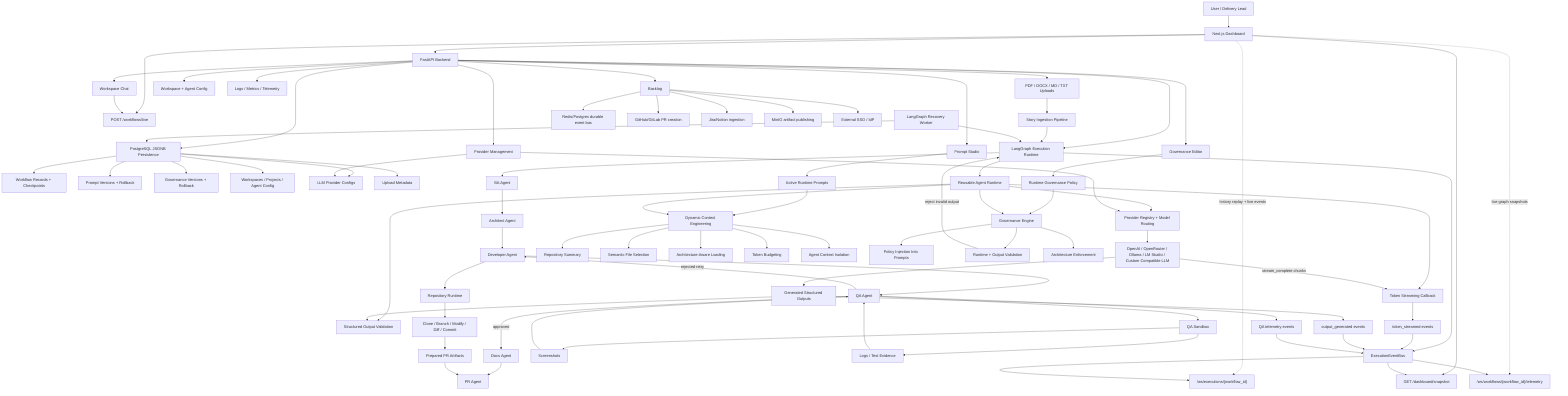
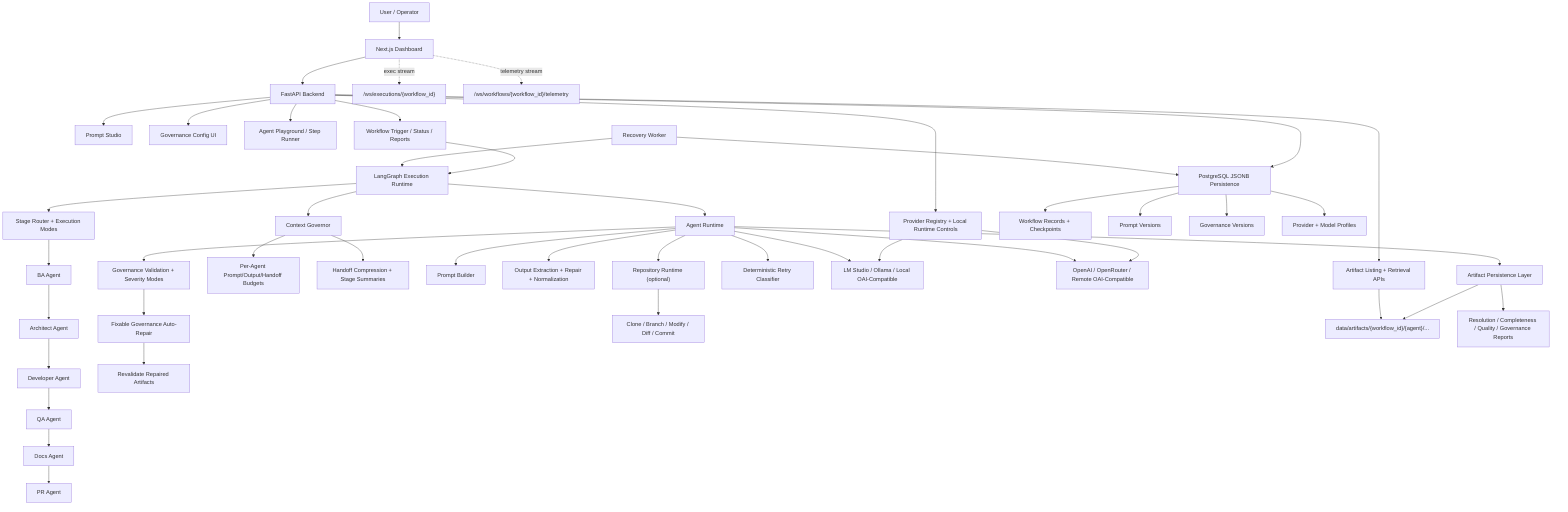
flowchart TB
-   User["User / Delivery Lead"] --> Frontend["Next.js Dashboard"]
-   Frontend --> API["FastAPI Backend"]
-   Frontend --> Snapshot["GET /dashboard/snapshot"]
-   Frontend --> LiveStart["POST /workflows/live"]
-   Frontend -. "history replay + live events" .-> ExecutionWS["/ws/executions/{workflow_id}"]
-   Frontend -. "live graph snapshots" .-> TelemetryWS["/ws/workflows/{workflow_id}/telemetry"]
+   User["User / Operator"] --> UI["Next.js Dashboard"]
+   UI --> API["FastAPI Backend"]
+   UI -. "exec stream" .-> WSExec["/ws/executions/{workflow_id}"]
+   UI -. "telemetry stream" .-> WSTelemetry["/ws/workflows/{workflow_id}/telemetry"]

-   API --> Uploads["PDF / DOCX / MD / TXT Uploads"]
-   API --> Chat["Workspace Chat"]
+   API --> Providers["Provider Registry + Local Runtime Controls"]
  API --> PromptStudio["Prompt Studio"]
-   API --> GovernanceEditor["Governance Editor"]
-   API --> Providers["Provider Management"]
-   API --> WorkspaceConfig["Workspace + Agent Config"]
-   API --> Graph["LangGraph Execution Runtime"]
-   API --> Observability["Logs / Metrics / Telemetry"]
-   API --> Persistence["PostgreSQL JSONB Persistence"]
+   API --> GovernanceUI["Governance Config UI"]
+   API --> Playground["Agent Playground / Step Runner"]
+   API --> WorkflowAPI["Workflow Trigger / Status / Reports"]
+   API --> ArtifactAPI["Artifact Listing + Retrieval APIs"]

-   Persistence --> WorkflowRecords["Workflow Records + Checkpoints"]
-   Persistence --> PromptVersions["Prompt Versions + Rollback"]
-   Persistence --> GovernanceVersions["Governance Versions + Rollback"]
-   Persistence --> WorkspaceRecords["Workspaces / Projects / Agent Config"]
-   Persistence --> ProviderRecords["LLM Provider Configs"]
-   Persistence --> UploadRecords["Upload Metadata"]
- 
-   Uploads --> Ingestion["Story Ingestion Pipeline"]
-   Chat --> LiveStart
-   Ingestion --> Graph
- 
-   PromptStudio --> RuntimePrompts["Active Runtime Prompts"]
-   GovernanceEditor --> RuntimePolicy["Runtime Governance Policy"]
-   RuntimePrompts --> ContextEngineering
-   RuntimePolicy --> GovernanceEngine
- 
-   Graph --> BA["BA Agent"]
+   WorkflowAPI --> LangGraph["LangGraph Execution Runtime"]
+   LangGraph --> Router["Stage Router + Execution Modes"]
+   Router --> BA["BA Agent"]
  BA --> Architect["Architect Agent"]
  Architect --> Developer["Developer Agent"]
  Developer --> QA["QA Agent"]
-   QA -->|approved| Docs["Docs Agent"]
-   QA -->|rejected retry| Developer
+   QA --> Docs["Docs Agent"]
  Docs --> PR["PR Agent"]

-   Graph --> Runtime["Reusable Agent Runtime"]
-   Runtime --> ContextEngineering["Dynamic Context Engineering"]
-   Runtime --> GovernanceEngine["Governance Engine"]
-   Runtime --> OutputValidation["Structured Output Validation"]
-   Runtime --> TokenCallback["Token Streaming Callback"]
-   Runtime --> ProviderRegistry["Provider Registry + Model Routing"]
-   ProviderRegistry --> LLM["OpenAI / OpenRouter / Ollama / LM Studio / Custom Compatible LLM"]
+   LangGraph --> Governor["Context Governor"]
+   Governor --> Budgets["Per-Agent Prompt/Output/Handoff Budgets"]
+   Governor --> Compression["Handoff Compression + Stage Summaries"]

-   ContextEngineering --> RepoSummary["Repository Summary"]
-   ContextEngineering --> SemanticFiles["Semantic File Selection"]
-   ContextEngineering --> ArchitectureContext["Architecture-Aware Loading"]
-   ContextEngineering --> TokenBudget["Token Budgeting"]
-   ContextEngineering --> AgentIsolation["Agent Context Isolation"]
+   LangGraph --> Runtime["Agent Runtime"]
+   Runtime --> PromptBuilder["Prompt Builder"]
+   Runtime --> OutputRepair["Output Extraction + Repair + Normalization"]
+   Runtime --> Governance["Governance Validation + Severity Modes"]
+   Runtime --> Retry["Deterministic Retry Classifier"]

-   GovernanceEngine --> PromptRules["Policy Injection Into Prompts"]
-   GovernanceEngine --> RuntimeValidation["Runtime + Output Validation"]
-   GovernanceEngine --> ArchitectureRules["Architecture Enforcement"]
-   RuntimeValidation -->|reject invalid output| Graph
+   Governance --> AutoRepair["Fixable Governance Auto-Repair"]
+   AutoRepair --> Revalidate["Revalidate Repaired Artifacts"]

-   Providers --> ProviderRegistry
-   Providers --> ProviderRecords
+   Providers --> LocalLM["LM Studio / Ollama / Local OAI-Compatible"]
+   Providers --> CloudLLM["OpenAI / OpenRouter / Remote OAI-Compatible"]
+   Runtime --> LocalLM
+   Runtime --> CloudLLM

-   Developer --> RepoRuntime["Repository Runtime"]
-   RepoRuntime --> Git["Clone / Branch / Modify / Diff / Commit"]
-   Git --> PRArtifacts["Prepared PR Artifacts"]
-   PRArtifacts --> PR
+   Runtime --> RepoOps["Repository Runtime (optional)"]
+   RepoOps --> GitOps["Clone / Branch / Modify / Diff / Commit"]

-   QA --> QASandbox["QA Sandbox"]
-   QASandbox --> Screenshots["Screenshots"]
-   QASandbox --> Evidence["Logs / Test Evidence"]
-   Screenshots --> QA
-   Evidence --> QA
+   Runtime --> ArtifactWriter["Artifact Persistence Layer"]
+   ArtifactWriter --> ArtifactTree["data/artifacts/{workflow_id}/{agent}/..."]
+   ArtifactWriter --> Reports["Resolution / Completeness / Quality / Governance Reports"]
+   ArtifactAPI --> ArtifactTree

-   LLM -->|"stream_complete chunks"| TokenCallback
-   LLM --> StructuredOutputs["Generated Structured Outputs"]
-   StructuredOutputs --> OutputValidation
+   API --> Persistence["PostgreSQL JSONB Persistence"]
+   Persistence --> WorkflowState["Workflow Records + Checkpoints"]
+   Persistence --> PromptState["Prompt Versions"]
+   Persistence --> GovernanceState["Governance Versions"]
+   Persistence --> ProviderState["Provider + Model Profiles"]

-   Graph --> EventBus["ExecutionEventBus"]
-   TokenCallback --> TokenEvents["token_streamed events"]
-   StructuredOutputs --> OutputEvents["output_generated events"]
-   QA --> QAEvents["QA telemetry events"]
-   EventBus --> ExecutionWS
-   EventBus --> TelemetryWS
-   EventBus --> Snapshot
-   TokenEvents --> EventBus
-   OutputEvents --> EventBus
-   QAEvents --> EventBus
+   Worker["Recovery Worker"] --> Persistence
+   Worker --> LangGraph

-   Worker["LangGraph Recovery Worker"] --> Persistence
-   Worker --> Graph
- 
-   API --> Backlog["Backlog"]
-   Backlog --> DurableEvents["Redis/Postgres durable event bus"]
-   Backlog --> HostedPRs["GitHub/GitLab PR creation"]
-   Backlog --> JiraNotion["Jira/Notion ingestion"]
-   Backlog --> ObjectStorage["MinIO artifact publishing"]
-   Backlog --> SSO["External SSO / IdP"]
